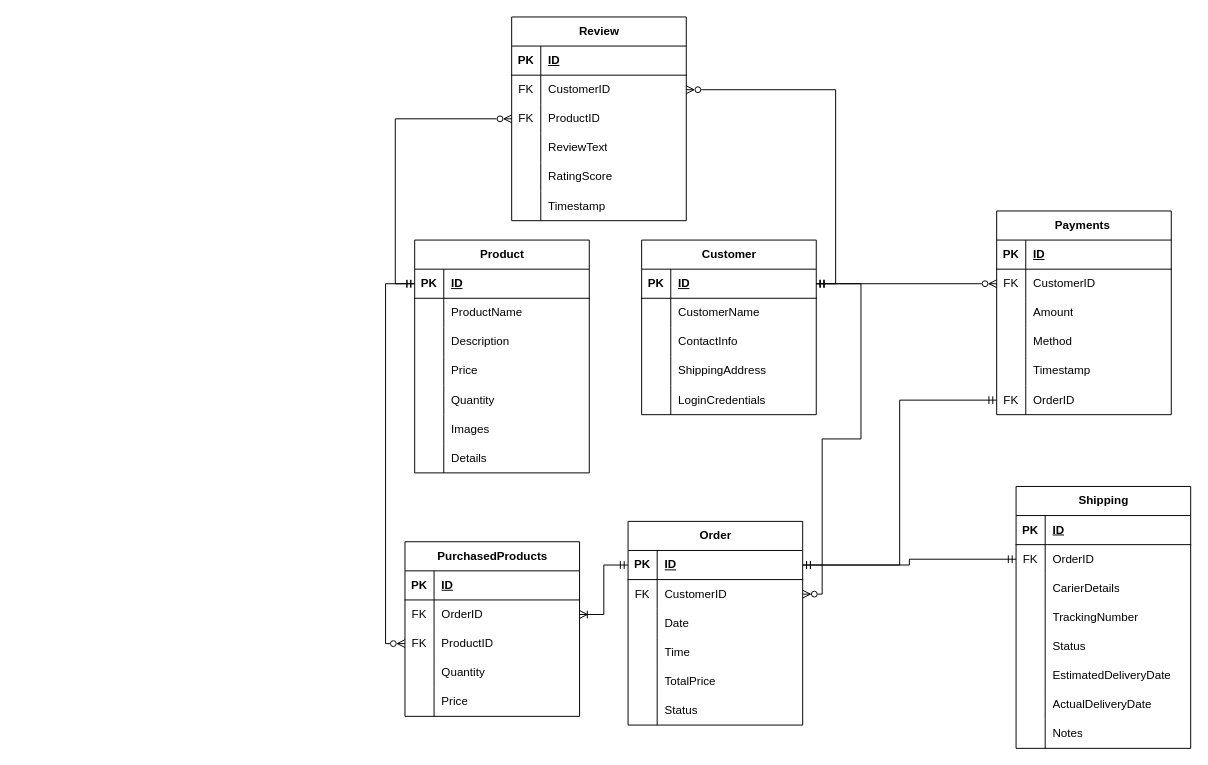
This is Online Store.drawio from Dawood-Al-kharazy/database-design, a draw.io file, before an edit. Source tidied: cells renumbered, new cells numbered last; positions are measured from the earlier drawing's top-left corner, leaving out a move shared by most shapes. Both pictures are drawn from the tidied source at 97%, with x=0, y=0 at pixel (404, 16).
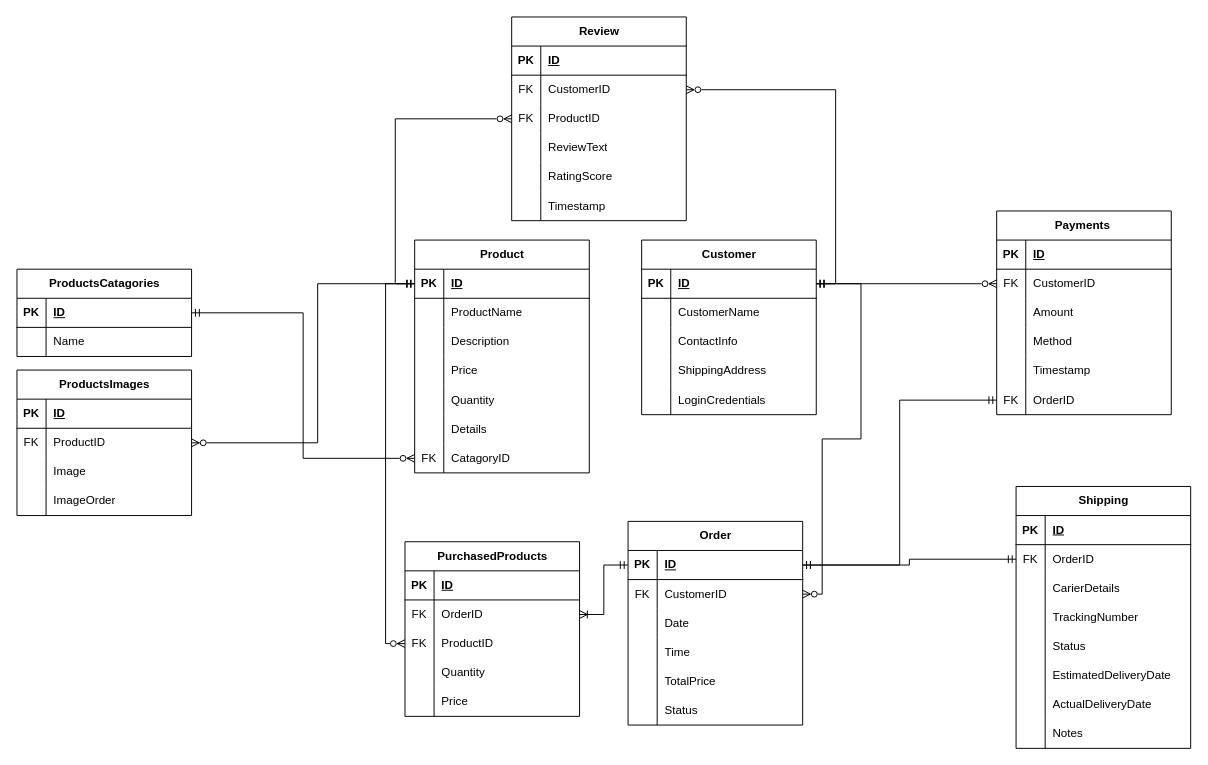
The same page after the edit.

Unchanged cells that the change refers to:
```xml
<mxCell id="2" value="Product" style="shape=table;startSize=30;childLayout=tableLayout;rowLines=0;fontStyle=1;align=center;html=1;" parent="1" vertex="1">
  <mxGeometry x="10" y="230" width="180" height="240" as="geometry" />
</mxCell>
<mxCell id="3" style="shape=tableRow;horizontal=0;startSize=0;swimlaneHead=0;swimlaneBody=0;fillColor=none;points=[[0,0.5],[1,0.5]];portConstraint=eastwest;top=0;left=0;right=0;bottom=1;" parent="2" vertex="1">
  <mxGeometry y="30" width="180" height="30" as="geometry" />
</mxCell>
```

The edit, as a diff of the source:
```diff
@@
-    <mxCell id="18" style="shape=tableRow;horizontal=0;startSize=0;swimlaneHead=0;swimlaneBody=0;fillColor=none;top=0;left=0;right=0;bottom=0;" parent="2" vertex="1">
-      <mxGeometry y="180" width="180" height="30" as="geometry" />
-    </mxCell>
-    <mxCell id="19" style="shape=partialRectangle;fillColor=none;top=0;left=0;bottom=0;right=0;overflow=hidden;whiteSpace=wrap;html=1;" parent="18" vertex="1">
-      <mxGeometry width="30" height="30" as="geometry" />
-    </mxCell>
-    <mxCell id="20" value="Images" style="shape=partialRectangle;fillColor=none;top=0;left=0;bottom=0;right=0;align=left;spacingLeft=6;overflow=hidden;whiteSpace=wrap;html=1;" parent="18" vertex="1">
-      <mxGeometry x="30" width="150" height="30" as="geometry" />
-    </mxCell>
     <mxCell id="21" style="shape=tableRow;horizontal=0;startSize=0;swimlaneHead=0;swimlaneBody=0;fillColor=none;top=0;left=0;right=0;bottom=0;" parent="2" vertex="1">
-      <mxGeometry y="210" width="180" height="30" as="geometry" />
+      <mxGeometry y="180" width="180" height="30" as="geometry" />
     </mxCell>
@@
+    <mxCell id="146" style="shape=tableRow;horizontal=0;startSize=0;swimlaneHead=0;swimlaneBody=0;fillColor=none;points=[[0,0.5],[1,0.5]];portConstraint=eastwest;top=0;left=0;right=0;bottom=0;" parent="2" vertex="1">
+      <mxGeometry y="210" width="180" height="30" as="geometry" />
+    </mxCell>
+    <mxCell id="147" value="FK" style="shape=partialRectangle;fillColor=none;top=0;left=0;bottom=0;right=0;fontStyle=0;overflow=hidden;whiteSpace=wrap;html=1;" parent="146" vertex="1">
+      <mxGeometry width="30" height="30" as="geometry" />
+    </mxCell>
+    <mxCell id="148" value="CatagoryID" style="shape=partialRectangle;fillColor=none;top=0;left=0;bottom=0;right=0;align=left;spacingLeft=6;fontStyle=0;overflow=hidden;whiteSpace=wrap;html=1;" parent="146" vertex="1">
+      <mxGeometry x="30" width="150" height="30" as="geometry" />
+    </mxCell>
@@
+    <mxCell id="149" value="ProductsCatagories" style="shape=table;startSize=30;childLayout=tableLayout;rowLines=0;fontStyle=1;align=center;html=1;" parent="1" vertex="1">
+      <mxGeometry x="-400" y="260" width="180" height="90" as="geometry" />
+    </mxCell>
+    <mxCell id="150" style="shape=tableRow;horizontal=0;startSize=0;swimlaneHead=0;swimlaneBody=0;fillColor=none;top=0;left=0;right=0;bottom=1;" parent="149" vertex="1">
+      <mxGeometry y="30" width="180" height="30" as="geometry" />
+    </mxCell>
+    <mxCell id="151" value="PK" style="shape=partialRectangle;fillColor=none;top=0;left=0;bottom=0;right=0;fontStyle=1;overflow=hidden;whiteSpace=wrap;html=1;" parent="150" vertex="1">
+      <mxGeometry width="30" height="30" as="geometry" />
+    </mxCell>
+    <mxCell id="152" value="ID" style="shape=partialRectangle;fillColor=none;top=0;left=0;bottom=0;right=0;align=left;spacingLeft=6;fontStyle=5;overflow=hidden;whiteSpace=wrap;html=1;" parent="150" vertex="1">
+      <mxGeometry x="30" width="150" height="30" as="geometry" />
+    </mxCell>
+    <mxCell id="153" style="shape=tableRow;horizontal=0;startSize=0;swimlaneHead=0;swimlaneBody=0;fillColor=none;top=0;left=0;right=0;bottom=0;" parent="149" vertex="1">
+      <mxGeometry y="60" width="180" height="30" as="geometry" />
+    </mxCell>
+    <mxCell id="154" style="shape=partialRectangle;fillColor=none;top=0;left=0;bottom=0;right=0;overflow=hidden;whiteSpace=wrap;html=1;" parent="153" vertex="1">
+      <mxGeometry width="30" height="30" as="geometry" />
+    </mxCell>
+    <mxCell id="155" value="Name" style="shape=partialRectangle;fillColor=none;top=0;left=0;bottom=0;right=0;align=left;spacingLeft=6;overflow=hidden;whiteSpace=wrap;html=1;" parent="153" vertex="1">
+      <mxGeometry x="30" width="150" height="30" as="geometry" />
+    </mxCell>
+    <mxCell id="156" style="edgeStyle=orthogonalEdgeStyle;rounded=0;jettySize=auto;html=1;exitX=0;exitY=0.5;exitDx=0;exitDy=0;entryX=1;entryY=0.5;entryDx=0;entryDy=0;endArrow=ERmandOne;endFill=0;startArrow=ERzeroToMany;startFill=0;" parent="1" edge="1" source="146" target="149">
+      <mxGeometry relative="1" as="geometry" />
+    </mxCell>
+    <mxCell id="157" value="ProductsImages" style="shape=table;startSize=30;childLayout=tableLayout;rowLines=0;fontStyle=1;align=center;html=1;" parent="1" vertex="1">
+      <mxGeometry x="-400" y="364" width="180" height="150" as="geometry" />
+    </mxCell>
+    <mxCell id="158" style="shape=tableRow;horizontal=0;startSize=0;swimlaneHead=0;swimlaneBody=0;fillColor=none;top=0;left=0;right=0;bottom=1;" parent="157" vertex="1">
+      <mxGeometry y="30" width="180" height="30" as="geometry" />
+    </mxCell>
+    <mxCell id="159" value="PK" style="shape=partialRectangle;fillColor=none;top=0;left=0;bottom=0;right=0;fontStyle=1;overflow=hidden;whiteSpace=wrap;html=1;" parent="158" vertex="1">
+      <mxGeometry width="30" height="30" as="geometry" />
+    </mxCell>
+    <mxCell id="160" value="ID" style="shape=partialRectangle;fillColor=none;top=0;left=0;bottom=0;right=0;align=left;spacingLeft=6;fontStyle=5;overflow=hidden;whiteSpace=wrap;html=1;" parent="158" vertex="1">
+      <mxGeometry x="30" width="150" height="30" as="geometry" />
+    </mxCell>
+    <mxCell id="161" style="shape=tableRow;horizontal=0;startSize=0;swimlaneHead=0;swimlaneBody=0;fillColor=none;points=[[0,0.5],[1,0.5]];portConstraint=eastwest;top=0;left=0;right=0;bottom=0;" parent="157" vertex="1">
+      <mxGeometry y="60" width="180" height="30" as="geometry" />
+    </mxCell>
+    <mxCell id="162" value="FK" style="shape=partialRectangle;fillColor=none;top=0;left=0;bottom=0;right=0;fontStyle=0;overflow=hidden;whiteSpace=wrap;html=1;" parent="161" vertex="1">
+      <mxGeometry width="30" height="30" as="geometry" />
+    </mxCell>
+    <mxCell id="163" value="ProductID" style="shape=partialRectangle;fillColor=none;top=0;left=0;bottom=0;right=0;align=left;spacingLeft=6;fontStyle=0;overflow=hidden;whiteSpace=wrap;html=1;" parent="161" vertex="1">
+      <mxGeometry x="30" width="150" height="30" as="geometry" />
+    </mxCell>
+    <mxCell id="164" style="shape=tableRow;horizontal=0;startSize=0;swimlaneHead=0;swimlaneBody=0;fillColor=none;top=0;left=0;right=0;bottom=0;" parent="157" vertex="1">
+      <mxGeometry y="90" width="180" height="30" as="geometry" />
+    </mxCell>
+    <mxCell id="165" style="shape=partialRectangle;fillColor=none;top=0;left=0;bottom=0;right=0;overflow=hidden;whiteSpace=wrap;html=1;" parent="164" vertex="1">
+      <mxGeometry width="30" height="30" as="geometry" />
+    </mxCell>
+    <mxCell id="166" value="Image" style="shape=partialRectangle;fillColor=none;top=0;left=0;bottom=0;right=0;align=left;spacingLeft=6;overflow=hidden;whiteSpace=wrap;html=1;" parent="164" vertex="1">
+      <mxGeometry x="30" width="150" height="30" as="geometry" />
+    </mxCell>
+    <mxCell id="167" style="shape=tableRow;horizontal=0;startSize=0;swimlaneHead=0;swimlaneBody=0;fillColor=none;top=0;left=0;right=0;bottom=0;" parent="157" vertex="1">
+      <mxGeometry y="120" width="180" height="30" as="geometry" />
+    </mxCell>
+    <mxCell id="168" style="shape=partialRectangle;fillColor=none;top=0;left=0;bottom=0;right=0;overflow=hidden;whiteSpace=wrap;html=1;" parent="167" vertex="1">
+      <mxGeometry width="30" height="30" as="geometry" />
+    </mxCell>
+    <mxCell id="169" value="ImageOrder" style="shape=partialRectangle;fillColor=none;top=0;left=0;bottom=0;right=0;align=left;spacingLeft=6;overflow=hidden;whiteSpace=wrap;html=1;" parent="167" vertex="1">
+      <mxGeometry x="30" width="150" height="30" as="geometry" />
+    </mxCell>
+    <mxCell id="170" style="edgeStyle=orthogonalEdgeStyle;rounded=0;jettySize=auto;html=1;exitX=0;exitY=0.5;exitDx=0;exitDy=0;entryX=1;entryY=0.5;entryDx=0;entryDy=0;endArrow=ERzeroToMany;endFill=0;startArrow=ERmandOne;startFill=0;" parent="1" edge="1" source="3" target="161">
+      <mxGeometry relative="1" as="geometry">
+        <Array as="points">
+          <mxPoint x="-90" y="275" />
+          <mxPoint x="-90" y="439" />
+        </Array>
+      </mxGeometry>
+    </mxCell>
```
